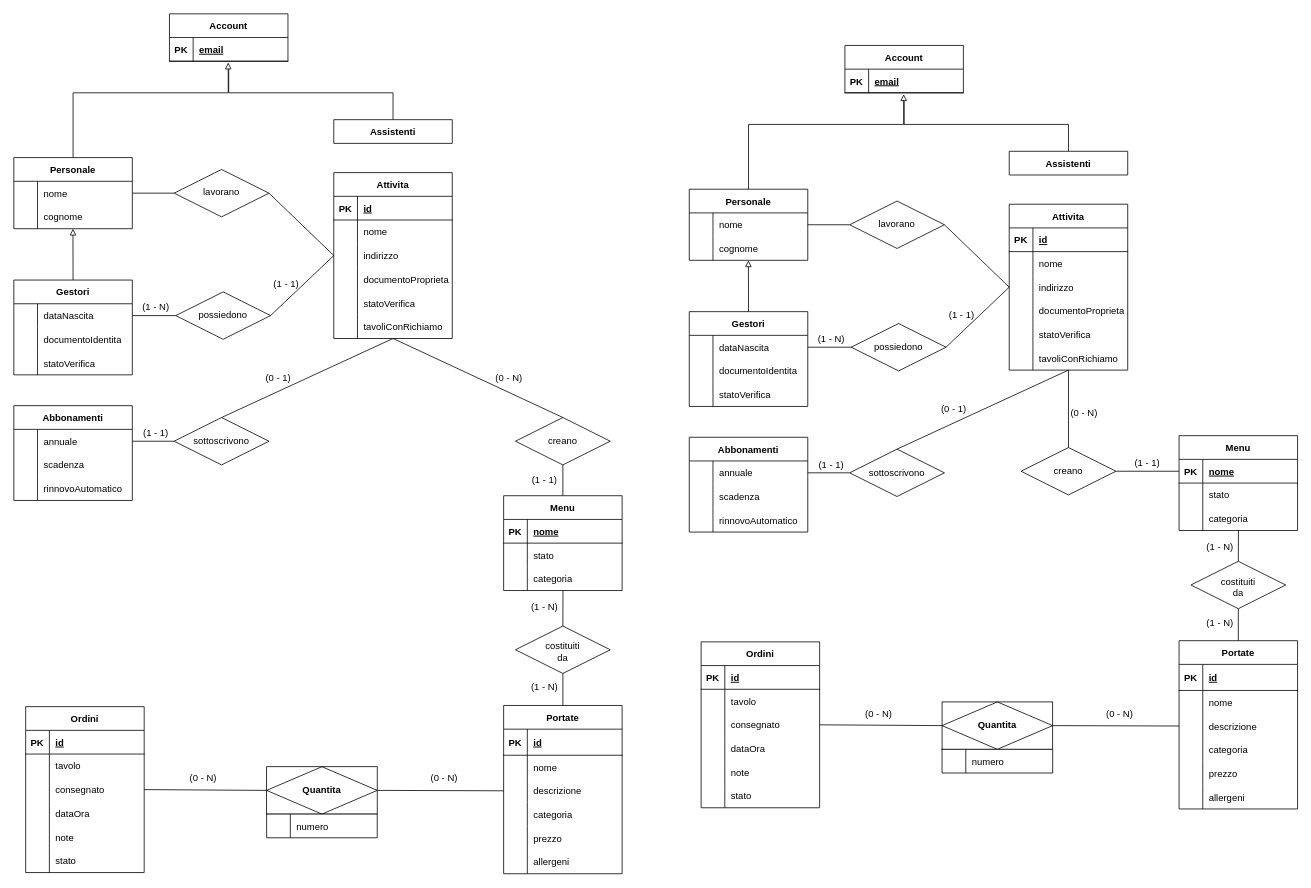
Above: progettazione/Persistenza.drawio in Marco-Burattoni/Progetto-ids (draw.io), before the change. Source tidied: cells renumbered, new cells numbered last; positions are measured from the earlier drawing's top-left corner, leaving out a move shared by most shapes. Both pictures are drawn from the tidied source at 79%, with x=0, y=0 at pixel (13, 13).
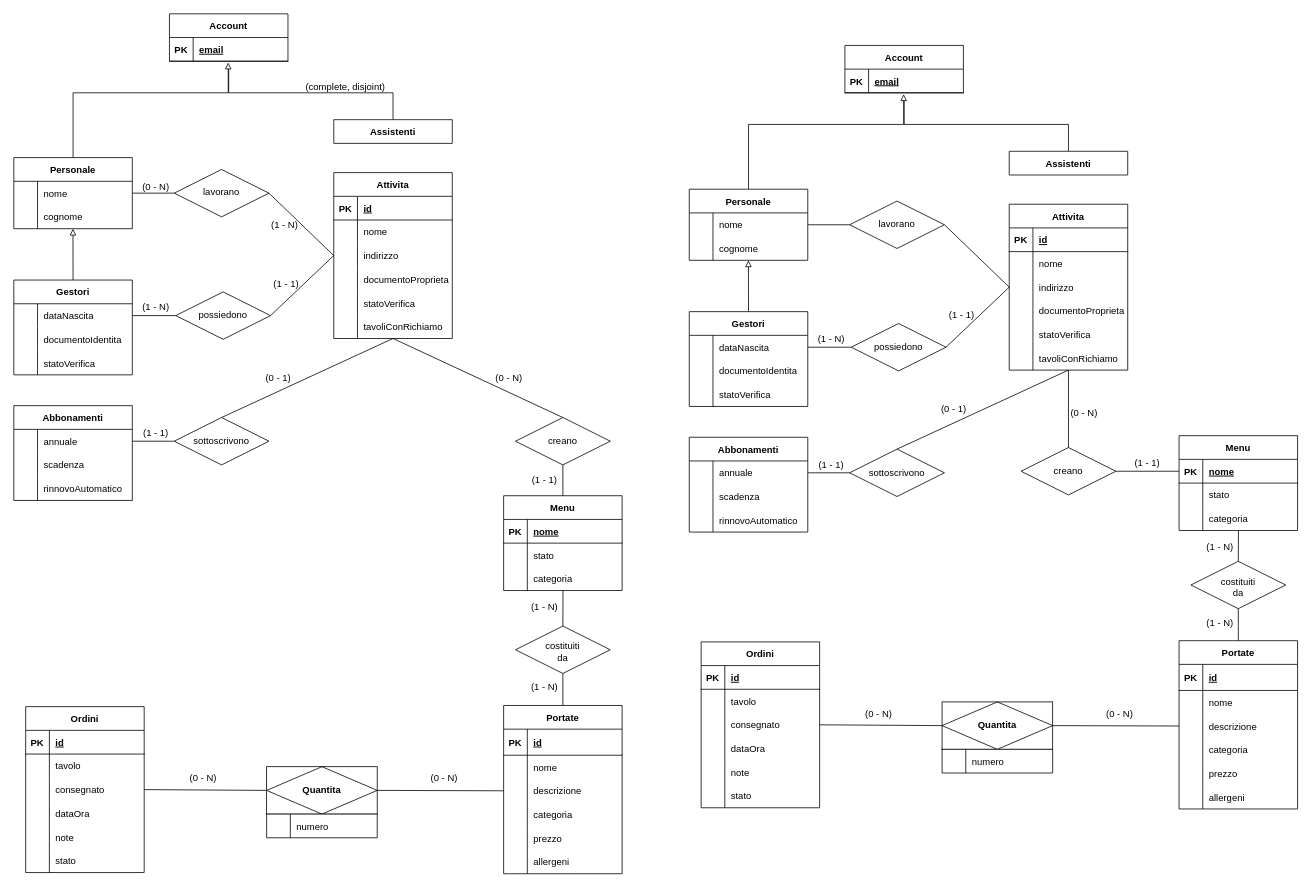
The same diagram, later.

Commit message (it also covers changes not shown here):
Aggiornamento Persistenza

The edit, as a diff of the source:
```diff
@@
+    <mxCell id="292" value="&lt;font color=&quot;#000000&quot;&gt;(0 - N)&lt;/font&gt;" style="text;html=1;strokeColor=none;fillColor=none;align=center;verticalAlign=middle;whiteSpace=wrap;rounded=0;fontColor=#FF3333;" parent="1" vertex="1">
+      <mxGeometry x="150" y="204" width="60" height="30" as="geometry" />
+    </mxCell>
+    <mxCell id="293" value="(complete, disjoint)" style="text;html=1;strokeColor=none;fillColor=none;align=center;verticalAlign=middle;whiteSpace=wrap;rounded=0;" parent="1" vertex="1">
+      <mxGeometry x="365" y="78" width="110" height="30" as="geometry" />
+    </mxCell>
+    <mxCell id="294" value="&lt;font color=&quot;#000000&quot;&gt;(1 - N)&lt;/font&gt;" style="text;html=1;strokeColor=none;fillColor=none;align=center;verticalAlign=middle;whiteSpace=wrap;rounded=0;fontColor=#FF3333;" parent="1" vertex="1">
+      <mxGeometry x="313" y="252" width="60" height="30" as="geometry" />
+    </mxCell>
```
